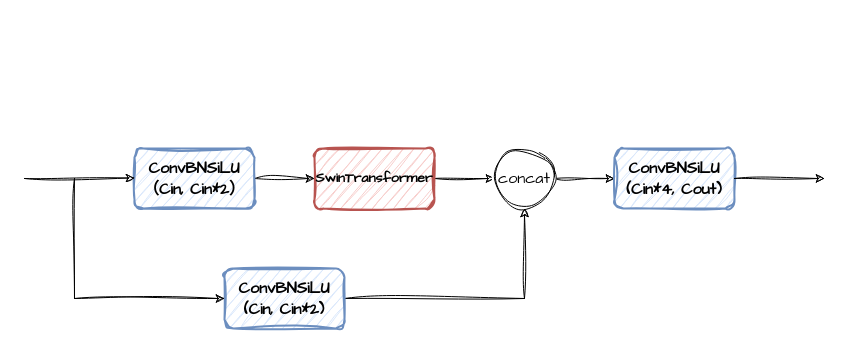
The draw.io diagram page "C3STR" (14 of 19) of figs.drawio in 225ceV/tiny, before the edit. Source tidied: cells renumbered, new cells numbered last; positions are measured from the earlier drawing's top-left corner, leaving out a move shared by most shapes. Both pictures are drawn from the tidied source at 100%, with x=0, y=0 at pixel (24, 148).
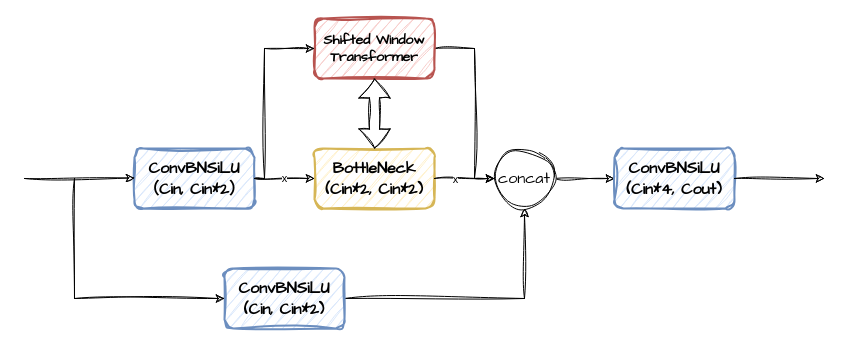
Above is the later version.

Unchanged cells that the change refers to:
```xml
<mxCell id="3" value="&lt;font style=&quot;font-size: 16px;&quot;&gt;&lt;b&gt;&lt;font face=&quot;Comic Sans MS&quot;&gt;ConvBNSiLU&lt;br&gt;（Cin, Cin*2）&lt;/font&gt;&lt;br&gt;&lt;/b&gt;&lt;/font&gt;" style="rounded=1;whiteSpace=wrap;html=1;fillColor=#dae8fc;strokeColor=#6c8ebf;strokeWidth=2;sketch=1;curveFitting=1;jiggle=2;" parent="1" vertex="1">
  <mxGeometry x="110" width="120" height="60" as="geometry" />
</mxCell>
<mxCell id="7" value="&lt;font face=&quot;Comic Sans MS&quot; style=&quot;font-size: 16px;&quot;&gt;concat&lt;/font&gt;" style="ellipse;whiteSpace=wrap;html=1;sketch=1;curveFitting=1;jiggle=2;" parent="1" vertex="1">
  <mxGeometry x="470" width="60" height="60" as="geometry" />
</mxCell>
```

Diff of the diagram source:
```diff
@@
-    <mxCell id="2" style="edgeStyle=orthogonalEdgeStyle;rounded=0;jettySize=auto;html=1;exitX=1;exitY=0.5;exitDx=0;exitDy=0;entryX=0;entryY=0.5;entryDx=0;entryDy=0;sketch=1;curveFitting=1;jiggle=2;" parent="1" edge="1" source="3" target="5">
-      <mxGeometry relative="1" as="geometry" />
-    </mxCell>
@@
-    <mxCell id="4" style="edgeStyle=orthogonalEdgeStyle;rounded=0;jettySize=auto;html=1;sketch=1;curveFitting=1;jiggle=2;" parent="1" edge="1" source="5" target="7">
-      <mxGeometry relative="1" as="geometry" />
-    </mxCell>
-    <mxCell id="5" value="&lt;font style=&quot;&quot;&gt;&lt;font size=&quot;1&quot; style=&quot;&quot; face=&quot;Comic Sans MS&quot;&gt;&lt;b style=&quot;font-size: 14px;&quot;&gt;SwinTransformer&lt;/b&gt;&lt;/font&gt;&lt;br&gt;&lt;/font&gt;" style="rounded=1;whiteSpace=wrap;html=1;fillColor=#f8cecc;strokeColor=#b85450;strokeWidth=2;sketch=1;curveFitting=1;jiggle=2;" parent="1" vertex="1">
-      <mxGeometry x="290" width="120" height="60" as="geometry" />
-    </mxCell>
@@
+    <mxCell id="14" style="edgeStyle=orthogonalEdgeStyle;rounded=0;jettySize=auto;html=1;exitX=1;exitY=0.5;exitDx=0;exitDy=0;entryX=0;entryY=0.5;entryDx=0;entryDy=0;sketch=1;curveFitting=1;jiggle=2;" parent="1" edge="1" source="15" target="7">
+      <mxGeometry relative="1" as="geometry">
+        <Array as="points">
+          <mxPoint x="450" y="-100" />
+          <mxPoint x="450" y="30" />
+        </Array>
+      </mxGeometry>
+    </mxCell>
+    <mxCell id="15" value="&lt;font style=&quot;&quot;&gt;&lt;font size=&quot;1&quot; style=&quot;&quot; face=&quot;Comic Sans MS&quot;&gt;&lt;b style=&quot;font-size: 14px;&quot;&gt;Shifted Window&lt;br&gt;Transformer&lt;/b&gt;&lt;/font&gt;&lt;br&gt;&lt;/font&gt;" style="rounded=1;whiteSpace=wrap;html=1;fillColor=#f8cecc;strokeColor=#b85450;strokeWidth=2;sketch=1;curveFitting=1;jiggle=2;" parent="1" vertex="1">
+      <mxGeometry x="290" y="-130" width="120" height="60" as="geometry" />
+    </mxCell>
+    <mxCell id="16" value="&lt;font style=&quot;font-size: 16px;&quot;&gt;&lt;b&gt;&lt;font face=&quot;Comic Sans MS&quot;&gt;BottleNeck&lt;br&gt;(Cin*2, Cin*2)&lt;/font&gt;&lt;br&gt;&lt;/b&gt;&lt;/font&gt;" style="rounded=1;whiteSpace=wrap;html=1;fillColor=#fff2cc;strokeColor=#d6b656;strokeWidth=2;sketch=1;curveFitting=1;jiggle=2;" parent="1" vertex="1">
+      <mxGeometry x="290" width="120" height="60" as="geometry" />
+    </mxCell>
+    <mxCell id="17" style="shape=flexArrow;endArrow=classic;startArrow=classic;html=1;rounded=0;entryX=0.5;entryY=1;entryDx=0;entryDy=0;exitX=0.5;exitY=0;exitDx=0;exitDy=0;sketch=1;curveFitting=1;jiggle=2;" parent="1" edge="1" source="16" target="15">
+      <mxGeometry relative="1" as="geometry" />
+    </mxCell>
+    <mxCell id="18" style="endArrow=classic;html=1;rounded=0;exitX=1;exitY=0.5;exitDx=0;exitDy=0;entryX=0;entryY=0.5;entryDx=0;entryDy=0;sketch=1;curveFitting=1;jiggle=2;" parent="1" edge="1" source="3" target="15">
+      <mxGeometry relative="1" as="geometry">
+        <Array as="points">
+          <mxPoint x="240" y="30" />
+          <mxPoint x="240" y="-100" />
+        </Array>
+      </mxGeometry>
+    </mxCell>
+    <mxCell id="19" value="x" style="endArrow=classic;html=1;rounded=0;exitX=1;exitY=0.5;exitDx=0;exitDy=0;entryX=0;entryY=0.5;entryDx=0;entryDy=0;sketch=1;curveFitting=1;jiggle=2;" parent="1" edge="1" source="3" target="16">
+      <mxGeometry relative="1" as="geometry" />
+    </mxCell>
+    <mxCell id="20" style="endArrow=classic;html=1;rounded=0;exitX=1;exitY=0.5;exitDx=0;exitDy=0;entryX=0;entryY=0.5;entryDx=0;entryDy=0;sketch=1;curveFitting=1;jiggle=2;" parent="1" edge="1" source="16" target="7">
+      <mxGeometry relative="1" as="geometry" />
+    </mxCell>
+    <mxCell id="21" value="x" style="edgeLabel;html=1;align=center;verticalAlign=middle;" parent="20" vertex="1">
+      <mxGeometry relative="1" as="geometry">
+        <mxPoint x="-10" as="offset" />
+      </mxGeometry>
+    </mxCell>
```
